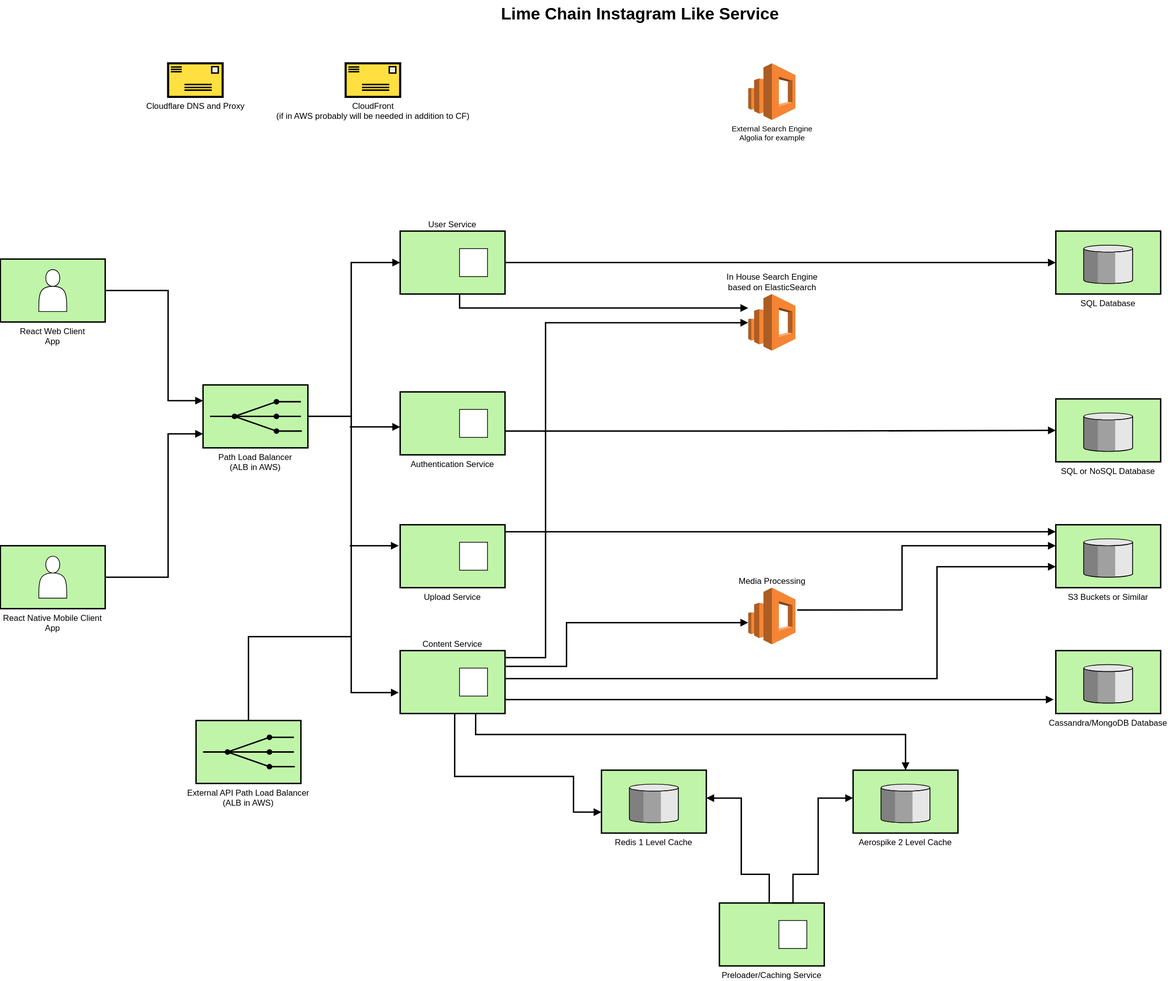
This is architecture.svg from madwings/instalike, a draw.io export, as it was before one commit. Source tidied: cells renumbered, new cells last; positions are measured from the earlier drawing's top-left corner, leaving out a move shared by most shapes.
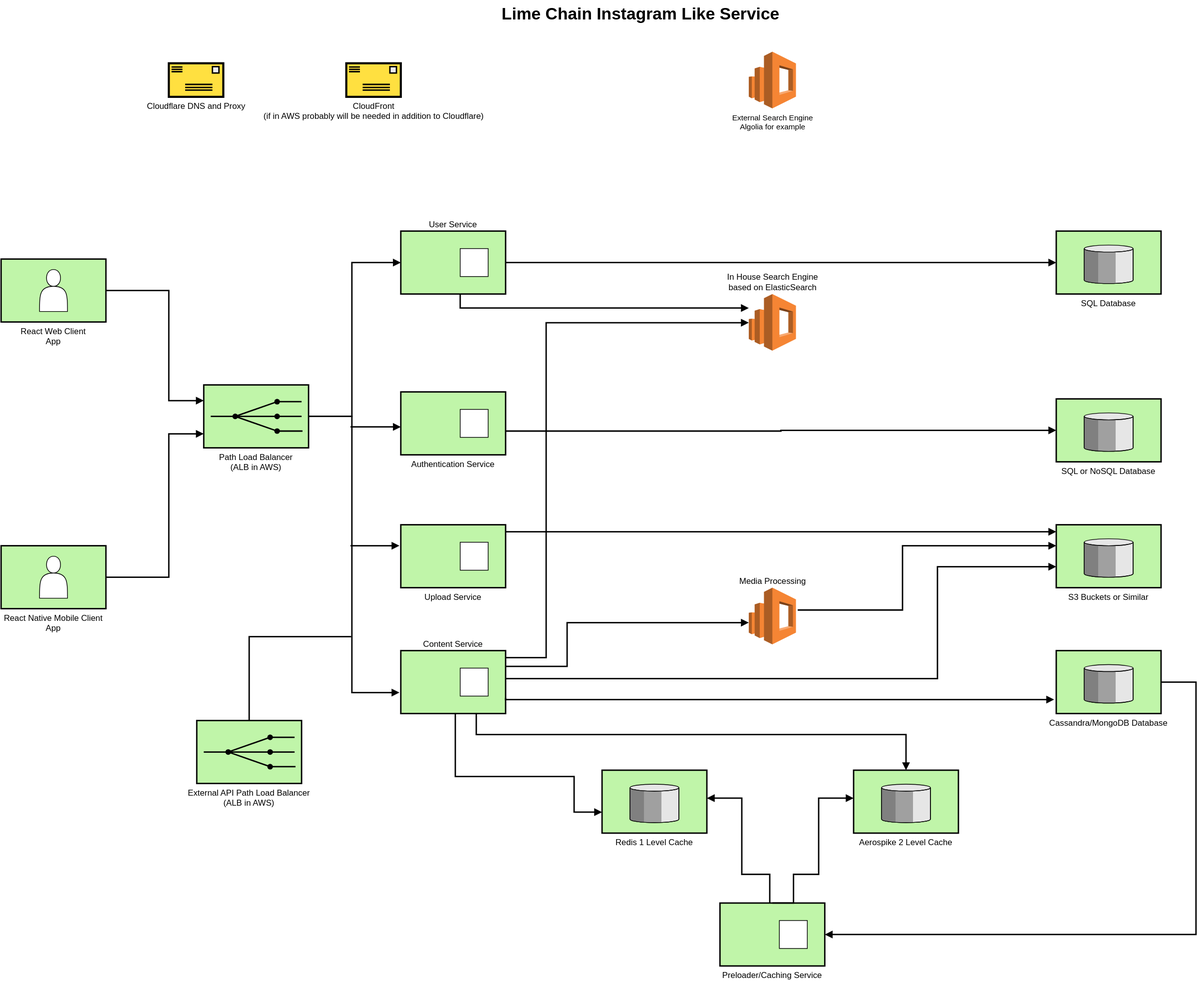
Later version of the same file.

The edit, as a diff of the source:
```diff
@@ -90,7 +90,7 @@
     <mxCell id="20" value="&lt;font style=&quot;font-size: 12px&quot;&gt;Cloudflare DNS and Proxy&lt;/font&gt;" style="strokeWidth=3;dashed=0;align=center;fontSize=8;shape=mxgraph.eip.retAddr;html=1;verticalLabelPosition=bottom;fillColor=#FFE040;verticalAlign=top;" parent="1" vertex="1">
       <mxGeometry x="240" y="90" width="78" height="48" as="geometry" />
     </mxCell>
-    <mxCell id="21" value="&lt;font style=&quot;font-size: 12px&quot;&gt;CloudFront &lt;br&gt;(if in AWS probably will be needed in addition to CF)&lt;/font&gt;" style="strokeWidth=3;dashed=0;align=center;fontSize=8;shape=mxgraph.eip.retAddr;html=1;verticalLabelPosition=bottom;fillColor=#FFE040;verticalAlign=top;" parent="1" vertex="1">
+    <mxCell id="21" value="&lt;font style=&quot;font-size: 12px&quot;&gt;CloudFront &lt;br&gt;(if in AWS probably will be needed in addition to Cloudflare)&lt;/font&gt;" style="strokeWidth=3;dashed=0;align=center;fontSize=8;shape=mxgraph.eip.retAddr;html=1;verticalLabelPosition=bottom;fillColor=#FFE040;verticalAlign=top;" parent="1" vertex="1">
       <mxGeometry x="494" y="90" width="78" height="48" as="geometry" />
     </mxCell>
     <mxCell id="22" value="&lt;font style=&quot;font-size: 12px&quot;&gt;In House Search Engine&lt;br&gt;based on ElasticSearch&lt;/font&gt;" style="outlineConnect=0;dashed=0;verticalLabelPosition=top;verticalAlign=bottom;align=center;html=1;shape=mxgraph.aws3.elasticsearch_service;fillColor=#F58534;gradientColor=none;fontFamily=Helvetica;fontSize=11;labelPosition=center;" parent="1" vertex="1">
@@ -112,7 +112,7 @@
       </mxGeometry>
     </mxCell>
     <mxCell id="25" value="External Search Engine&lt;br&gt;Algolia for example" style="dashed=0;verticalLabelPosition=bottom;verticalAlign=top;align=center;html=1;shape=mxgraph.aws3.elasticsearch_service;fillColor=#F58534;gradientColor=none;fontFamily=Helvetica;fontSize=11;" parent="1" vertex="1">
-      <mxGeometry x="1070" y="90" width="67.5" height="81" as="geometry" />
+      <mxGeometry x="1070" y="73.5" width="67.5" height="81" as="geometry" />
     </mxCell>
     <mxCell id="26" value="Upload Service" style="strokeWidth=2;dashed=0;align=center;fontSize=12;shape=rect;verticalLabelPosition=bottom;verticalAlign=top;fillColor=#c0f5a9;labelPosition=center;" parent="1" vertex="1">
       <mxGeometry x="572" y="750" width="150" height="90" as="geometry" />
@@ -247,5 +247,13 @@
     <mxCell id="49" style="shape=actor;whiteSpace=wrap;html=1;" parent="1" vertex="1">
       <mxGeometry x="55" y="795" width="40" height="60" as="geometry" />
     </mxCell>
+    <mxCell id="50" style="edgeStyle=orthogonalEdgeStyle;rounded=0;html=1;endArrow=block;endFill=1;jettySize=auto;strokeWidth=2;startArrow=none;startFill=0;entryX=1;entryY=0.5;entryDx=0;entryDy=0;exitX=1;exitY=0.5;exitDx=0;exitDy=0;exitPerimeter=0;" parent="1" edge="1" source="13" target="36">
+      <mxGeometry relative="1" as="geometry">
+        <Array as="points">
+          <mxPoint x="1710" y="975" />
+          <mxPoint x="1710" y="1336" />
+        </Array>
+      </mxGeometry>
+    </mxCell>
   </root>
 </mxGraphModel>
```
